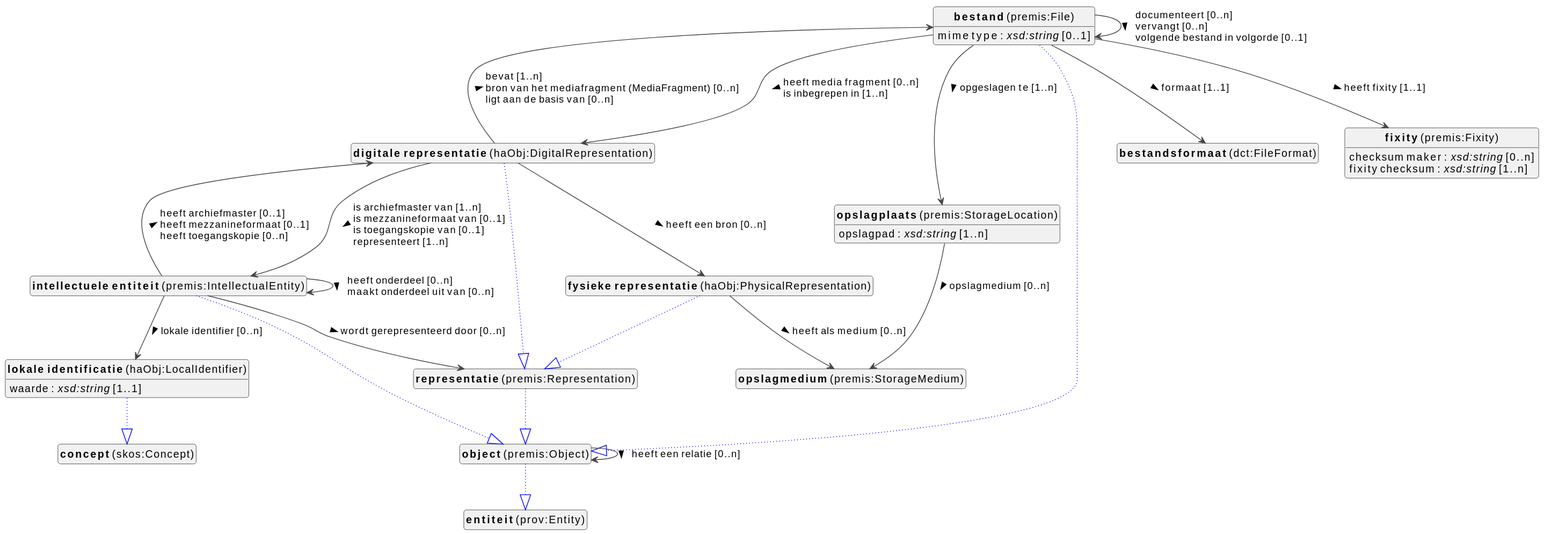
Above: docs/metadata/knowledge-graph/0.0.1/object/nl/object-diagram.svg in viaacode/documentation-jekyll (PlantUML), before the change.
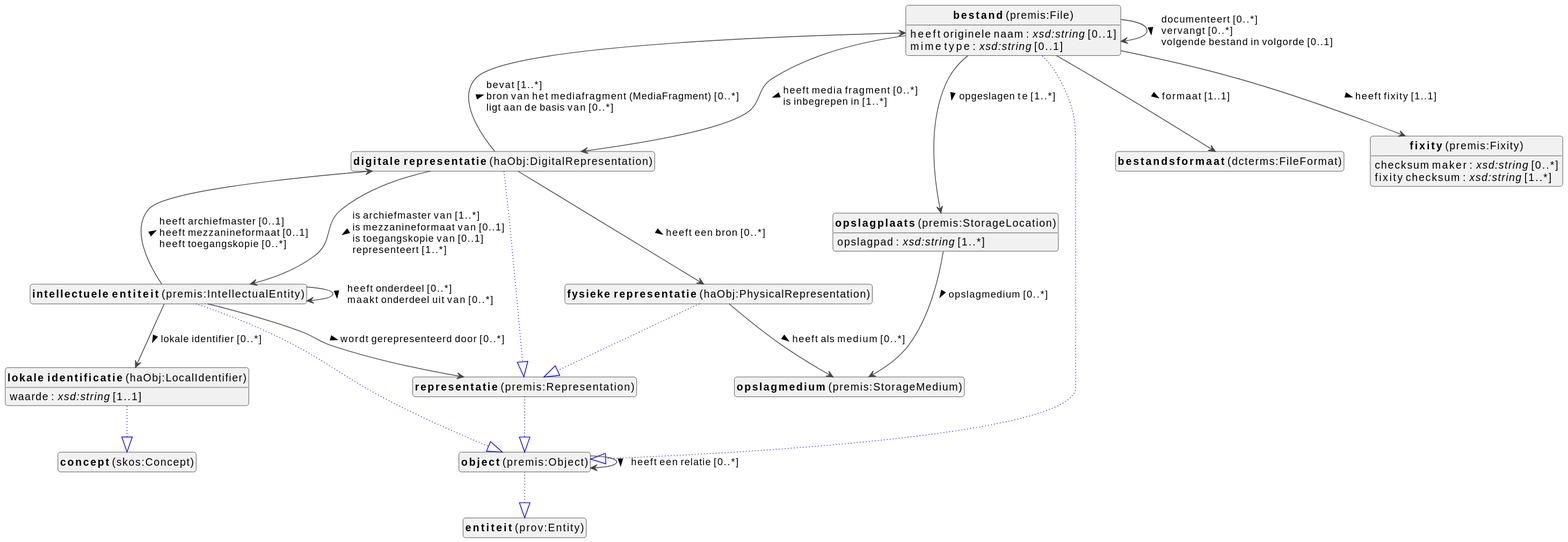
The same file after the commit.

Change to the diagram source:
```diff
@@ -12,7 +12,7 @@
 
 class "<b>bestand</b> (premis:File)" as premis_File [[#premis%3AFile]]
 class "<b>object</b> (premis:Object)" as premis_Object [[#premis%3AObject]]
-class "<b>bestandsformaat</b> (dct:FileFormat)" as dct_FileFormat [[#dct%3AFileFormat]]
+class "<b>bestandsformaat</b> (dcterms:FileFormat)" as dcterms_FileFormat [[#dcterms%3AFileFormat]]
 class "<b>digitale representatie</b> (haObj:DigitalRepresentation)" as haObj_DigitalRepresentation [[#haObj%3ADigitalRepresentation]]
 class "<b>representatie</b> (premis:Representation)" as premis_Representation [[#premis%3ARepresentation]]
 class "<b>fixity</b> (premis:Fixity)" as premis_Fixity [[#premis%3AFixity]]
@@ -31,37 +31,40 @@
 
 premis_File --|> premis_Object #blue;line.dotted;text:blue
 
+premis_File : heeft (bestands)grootte : <i>xsd:nonNegativeInteger</i> [0..1]
+premis_File : heeft originele naam : <i>xsd:string</i> [0..1]
 premis_File : mime type : <i>xsd:string</i> [0..1]
-premis_File --> dct_FileFormat :formaat [1..1]  >
-premis_File --> haObj_DigitalRepresentation :heeft media fragment [0..n]  \lis inbegrepen in [1..n]  >
-premis_File --> premis_File :documenteert [0..n]  \lvervangt [0..n]  \lvolgende bestand in volgorde [0..1]  >
+premis_File --> dcterms_FileFormat :formaat [1..1]  >
+premis_File --> haObj_DigitalRepresentation :heeft media fragment [0..*]  \lis inbegrepen in [1..*]  >
+premis_File --> premis_File :documenteert [0..*]  \lvervangt [0..*]  \lvolgende bestand in volgorde [0..1]  >
 premis_File --> premis_Fixity :heeft fixity [1..1]  >
-premis_File --> premis_StorageLocation :opgeslagen te [1..n]  >
+premis_File --> premis_StorageLocation :opgeslagen te [1..*]  >
+
 
 
 
 
 haObj_DigitalRepresentation --|> premis_Representation #blue;line.dotted;text:blue
 
-haObj_DigitalRepresentation --> haObj_PhysicalRepresentation :heeft een bron [0..n]  >
-haObj_DigitalRepresentation --> premis_File :bevat [1..n]  \lbron van het mediafragment (MediaFragment) [0..n]  \lligt aan de basis van [0..n]  >
-haObj_DigitalRepresentation --> premis_IntellectualEntity :is archiefmaster van [1..n]  \lis mezzanineformaat van [0..1]  \lis toegangskopie van [0..1]  \lrepresenteert [1..n]  >
+haObj_DigitalRepresentation --> haObj_PhysicalRepresentation :heeft een bron [0..*]  >
+haObj_DigitalRepresentation --> premis_File :bevat [1..*]  \lbron van het mediafragment (MediaFragment) [0..*]  \lligt aan de basis van [0..*]  >
+haObj_DigitalRepresentation --> premis_IntellectualEntity :is archiefmaster van [1..*]  \lis mezzanineformaat van [0..1]  \lis toegangskopie van [0..1]  \lrepresenteert [1..*]  >
 
 
-premis_Fixity : checksum maker : <i>xsd:string</i> [0..n]
-premis_Fixity : fixity checksum : <i>xsd:string</i> [1..n]
+premis_Fixity : checksum maker : <i>xsd:string</i> [0..*]
+premis_Fixity : fixity checksum : <i>xsd:string</i> [1..*]
 
 
 haObj_PhysicalRepresentation --|> premis_Representation #blue;line.dotted;text:blue
 
-haObj_PhysicalRepresentation --> premis_StorageMedium :heeft als medium [0..n]  >
+haObj_PhysicalRepresentation --> premis_StorageMedium :heeft als medium [0..*]  >
 
 premis_IntellectualEntity --|> premis_Object #blue;line.dotted;text:blue
 
-premis_IntellectualEntity --> haObj_DigitalRepresentation :heeft archiefmaster [0..1]  \lheeft mezzanineformaat [0..1]  \lheeft toegangskopie [0..n]  >
-premis_IntellectualEntity --> haObj_LocalIdentifier :lokale identifier [0..n]  >
-premis_IntellectualEntity --> premis_IntellectualEntity :heeft onderdeel [0..n]  \lmaakt onderdeel uit van [0..n]  >
-premis_IntellectualEntity --> premis_Representation :wordt gerepresenteerd door [0..n]  >
+premis_IntellectualEntity --> haObj_DigitalRepresentation :heeft archiefmaster [0..1]  \lheeft mezzanineformaat [0..1]  \lheeft toegangskopie [0..*]  >
+premis_IntellectualEntity --> haObj_LocalIdentifier :lokale identifier [0..*]  >
+premis_IntellectualEntity --> premis_IntellectualEntity :heeft onderdeel [0..*]  \lmaakt onderdeel uit van [0..*]  >
+premis_IntellectualEntity --> premis_Representation :wordt gerepresenteerd door [0..*]  >
 
 haObj_LocalIdentifier --|> skos_Concept #blue;line.dotted;text:blue
 
@@ -70,13 +73,13 @@
 
 premis_Object --|> prov_Entity #blue;line.dotted;text:blue
 
-premis_Object --> premis_Object :heeft een relatie [0..n]  >
+premis_Object --> premis_Object :heeft een relatie [0..*]  >
 
 
 
 
-premis_StorageLocation : opslagpad : <i>xsd:string</i> [1..n]
-premis_StorageLocation --> premis_StorageMedium :opslagmedium [0..n]  >
+premis_StorageLocation : opslagpad : <i>xsd:string</i> [1..*]
+premis_StorageLocation --> premis_StorageMedium :opslagmedium [0..*]  >
 
 
 premis_Representation --|> premis_Object #blue;line.dotted;text:blue
```
